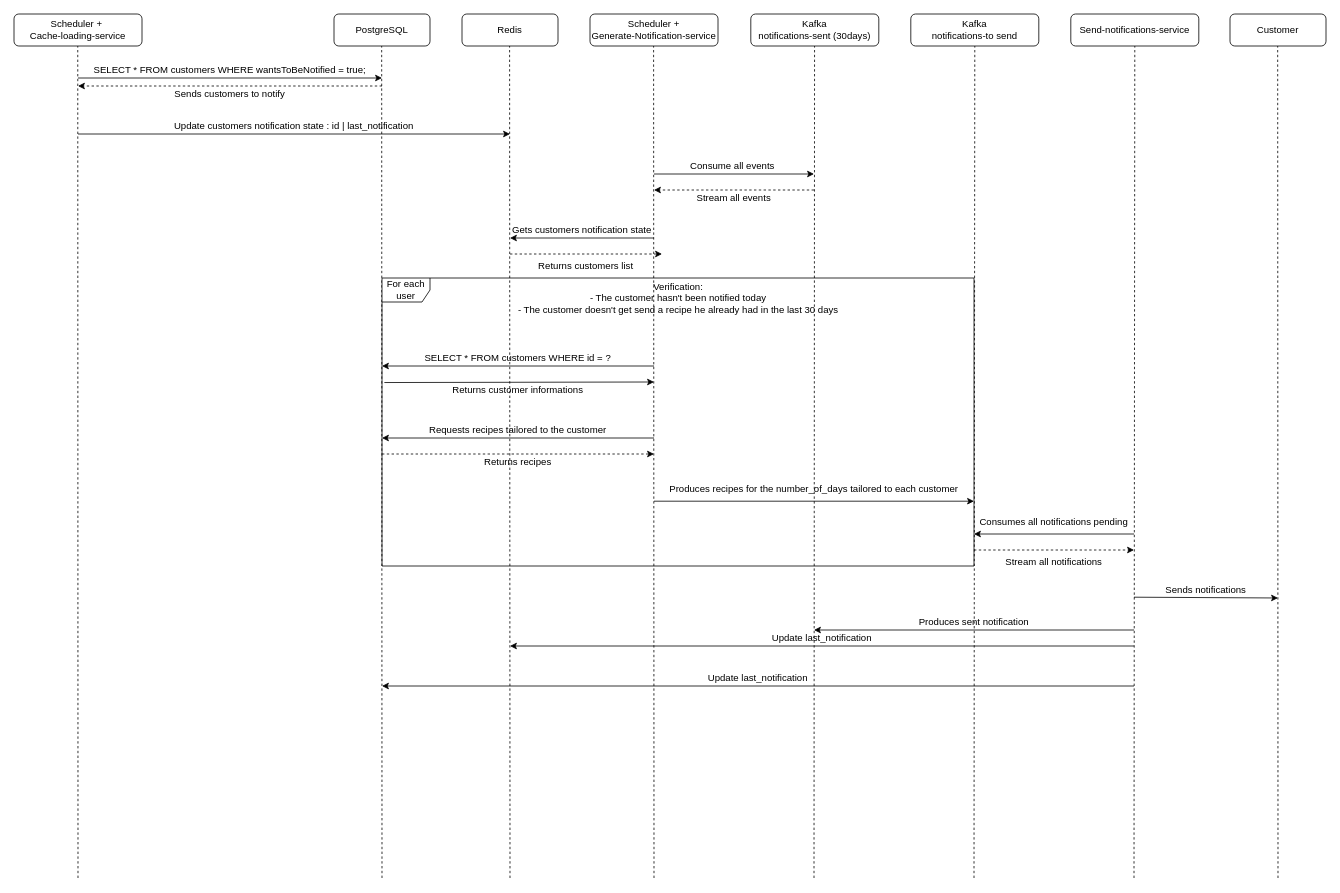
This is docs/diagramme_de_sequence_notification_recettes.drawio from benaissa6449/EPISAINE-ING3, a draw.io file, before an edit. Source tidied: cells renumbered, new cells numbered last; positions are measured from the earlier drawing's top-left corner, leaving out a move shared by most shapes. Both pictures are drawn from the tidied source at 80%, with x=0, y=0 at pixel (14, 14).
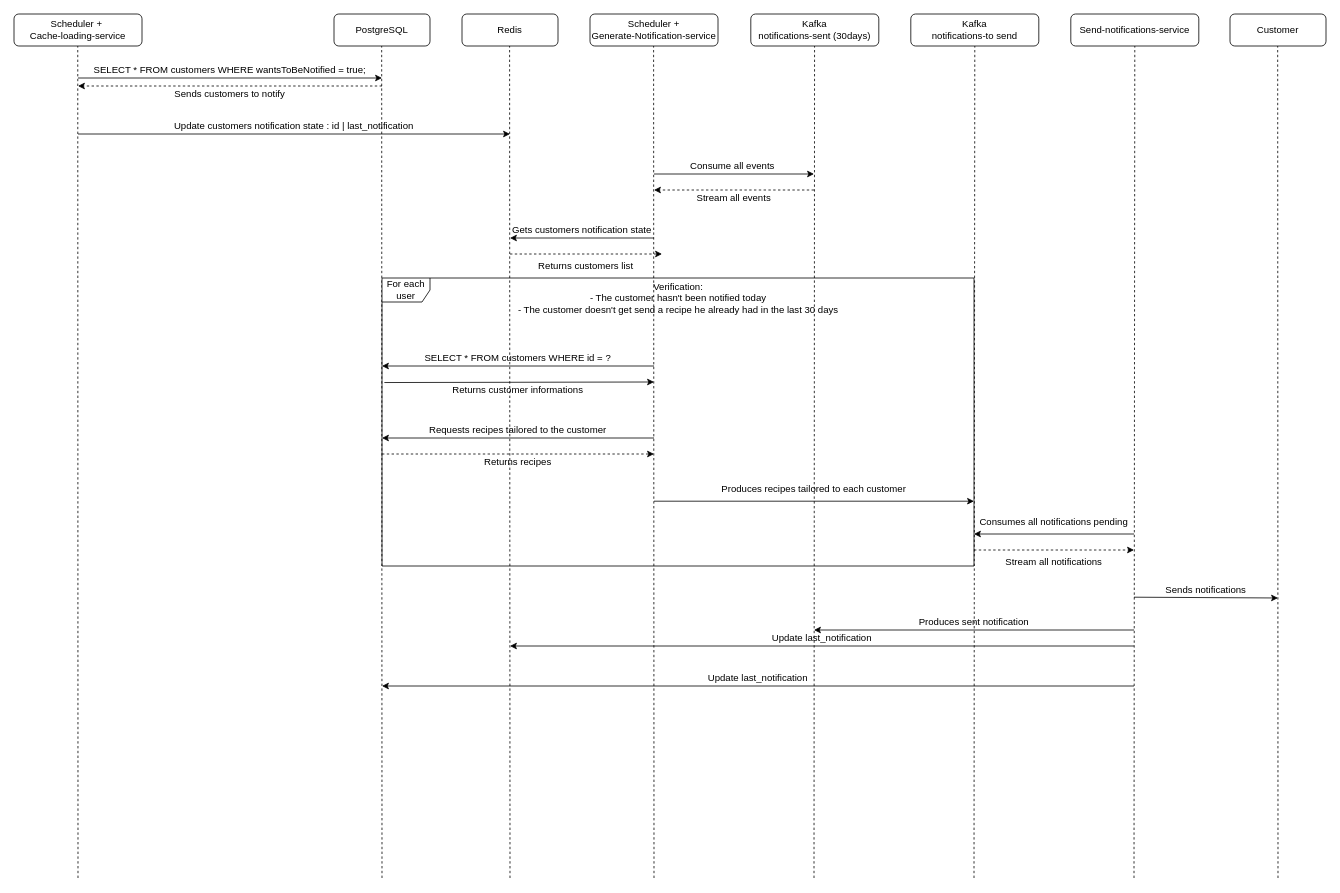
After the change.

What changed in the source:
```diff
@@
-    <mxCell id="32" value="Produces recipes for the number_of_days tailored to each customer" style="text;html=1;whiteSpace=wrap;strokeColor=none;fillColor=none;align=center;verticalAlign=middle;rounded=0;" parent="1" vertex="1">
+    <mxCell id="32" value="Produces recipes tailored to each customer" style="text;html=1;whiteSpace=wrap;strokeColor=none;fillColor=none;align=center;verticalAlign=middle;rounded=0;" parent="1" vertex="1">
       <mxGeometry x="800" y="579" width="400" height="30" as="geometry" />
     </mxCell>
```
